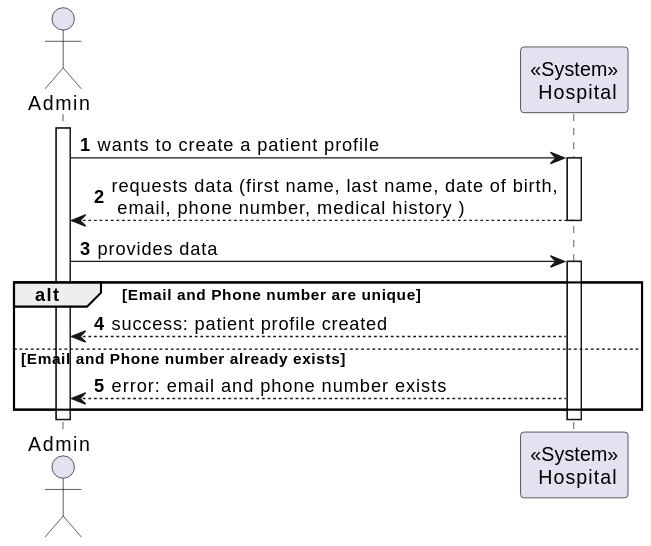
Earlier version of the PlantUML export docs/SprintA/13-create-patient-profile/level1/process-view.svg (MiguelCardoso77/SurgicalSync-BackEnd).
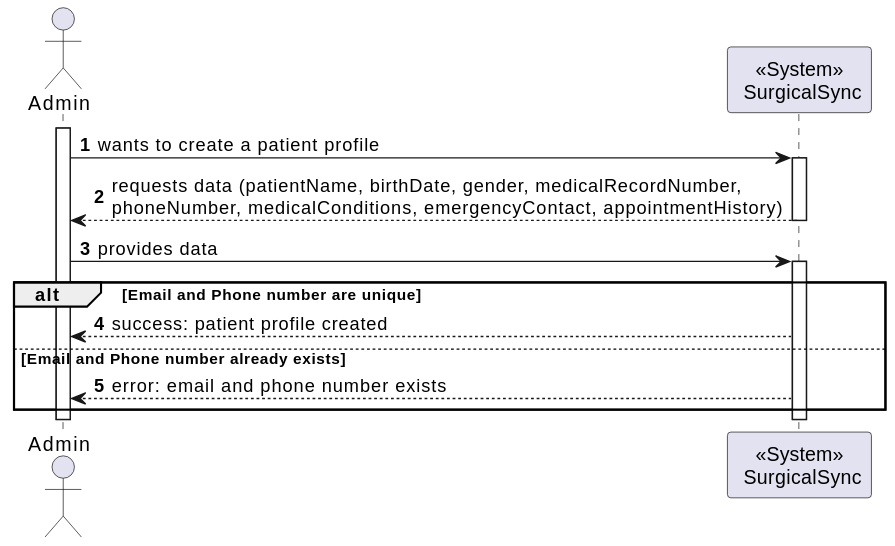
After the change.

Change to the diagram source:
```diff
@@ -2,14 +2,14 @@
 autonumber
 
 actor "Admin" as USER
-participant "<<System>>\n Hospital" as SYSTEM
+participant "<<System>>\n SurgicalSync" as SYSTEM
 
 activate USER
 
     USER -> SYSTEM: wants to create a patient profile
     activate SYSTEM
 
-        SYSTEM --> USER : requests data (first name, last name, date of birth,\n email, phone number, medical history )
+        SYSTEM --> USER : requests data (patientName, birthDate, gender, medicalRecordNumber,\nphoneNumber, medicalConditions, emergencyContact, appointmentHistory)
     deactivate SYSTEM
 
     USER -> SYSTEM : provides data
```
